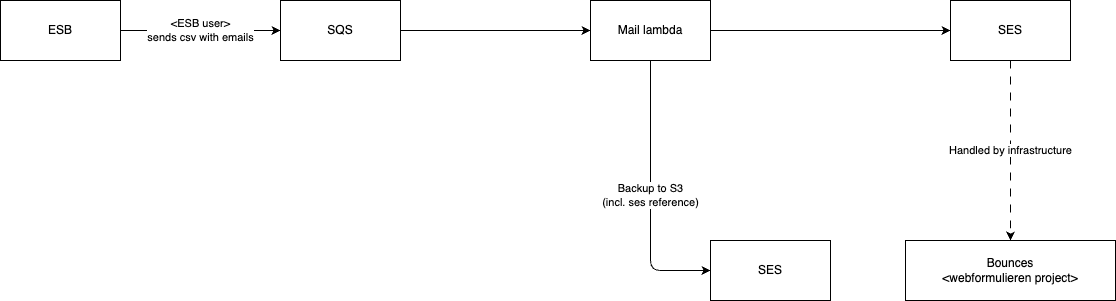
Above: docs/esf.drawio.png in GemeenteNijmegen/esb-queue (draw.io), before the change. Source tidied: cells renumbered, new cells last; positions are measured from the earlier drawing's top-left corner, leaving out a move shared by most shapes. Source of this version:
```xml
<mxGraphModel background="#ffffff">
  <root>
    <mxCell id="0" />
    <mxCell id="1" parent="0" />
    <mxCell id="2" value="&amp;lt;ESB user&amp;gt;&lt;br&gt;sends csv with emails" style="edgeStyle=none;html=1;" parent="1" edge="1" source="3" target="5">
      <mxGeometry relative="1" as="geometry" />
    </mxCell>
    <mxCell id="3" value="ESB" style="rounded=0;whiteSpace=wrap;html=1;" parent="1" vertex="1">
      <mxGeometry width="120" height="60" as="geometry" />
    </mxCell>
    <mxCell id="4" style="edgeStyle=none;html=1;" parent="1" edge="1" source="5" target="8">
      <mxGeometry relative="1" as="geometry" />
    </mxCell>
    <mxCell id="5" value="SQS" style="rounded=0;whiteSpace=wrap;html=1;" parent="1" vertex="1">
      <mxGeometry x="280" width="120" height="60" as="geometry" />
    </mxCell>
    <mxCell id="6" style="edgeStyle=none;html=1;entryX=0;entryY=0.5;entryDx=0;entryDy=0;" parent="1" edge="1" source="8" target="11">
      <mxGeometry relative="1" as="geometry" />
    </mxCell>
    <mxCell id="7" value="Backup to S3&lt;br&gt;(incl. ses reference)" style="edgeStyle=orthogonalEdgeStyle;html=1;entryX=0;entryY=0.5;entryDx=0;entryDy=0;" parent="1" edge="1" source="8" target="12">
      <mxGeometry relative="1" as="geometry" />
    </mxCell>
    <mxCell id="8" value="Mail lambda" style="rounded=0;whiteSpace=wrap;html=1;" parent="1" vertex="1">
      <mxGeometry x="590" width="120" height="60" as="geometry" />
    </mxCell>
    <mxCell id="9" value="Bounces&lt;br&gt;&amp;lt;webformulieren project&amp;gt;" style="rounded=0;whiteSpace=wrap;html=1;" parent="1" vertex="1">
      <mxGeometry x="905" y="240" width="210" height="60" as="geometry" />
    </mxCell>
    <mxCell id="10" value="Handled by infrastructure" style="edgeStyle=none;html=1;entryX=0.5;entryY=0;entryDx=0;entryDy=0;dashed=1;dashPattern=8 8;" parent="1" edge="1" source="11" target="9">
      <mxGeometry relative="1" as="geometry" />
    </mxCell>
    <mxCell id="11" value="SES" style="rounded=0;whiteSpace=wrap;html=1;" parent="1" vertex="1">
      <mxGeometry x="950" width="120" height="60" as="geometry" />
    </mxCell>
    <mxCell id="12" value="SES" style="rounded=0;whiteSpace=wrap;html=1;" parent="1" vertex="1">
      <mxGeometry x="710" y="240" width="120" height="60" as="geometry" />
    </mxCell>
  </root>
</mxGraphModel>
```
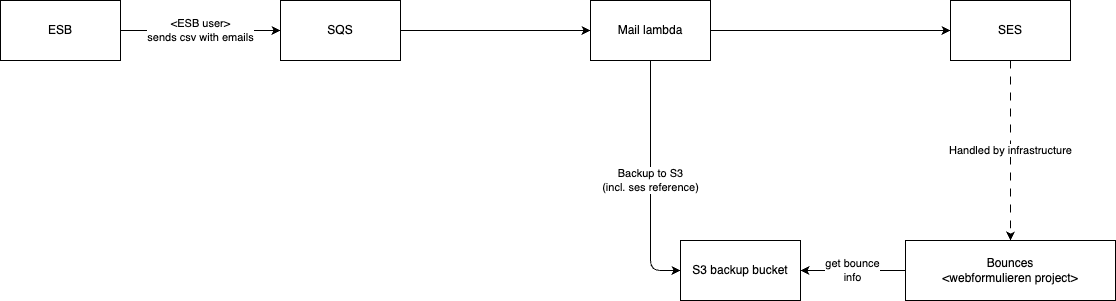
After the change.

Commit message:
docs: update diagram with correct aws services

Change to the diagram source:
```diff
@@ -23,6 +23,9 @@
     <mxCell id="8" value="Mail lambda" style="rounded=0;whiteSpace=wrap;html=1;" parent="1" vertex="1">
       <mxGeometry x="590" width="120" height="60" as="geometry" />
     </mxCell>
+    <mxCell id="13" value="get bounce&lt;br&gt;info" style="edgeStyle=none;html=1;" parent="1" edge="1" source="9" target="12">
+      <mxGeometry relative="1" as="geometry" />
+    </mxCell>
     <mxCell id="9" value="Bounces&lt;br&gt;&amp;lt;webformulieren project&amp;gt;" style="rounded=0;whiteSpace=wrap;html=1;" parent="1" vertex="1">
       <mxGeometry x="905" y="240" width="210" height="60" as="geometry" />
     </mxCell>
@@ -32,8 +35,8 @@
     <mxCell id="11" value="SES" style="rounded=0;whiteSpace=wrap;html=1;" parent="1" vertex="1">
       <mxGeometry x="950" width="120" height="60" as="geometry" />
     </mxCell>
-    <mxCell id="12" value="SES" style="rounded=0;whiteSpace=wrap;html=1;" parent="1" vertex="1">
-      <mxGeometry x="710" y="240" width="120" height="60" as="geometry" />
+    <mxCell id="12" value="S3 backup bucket" style="rounded=0;whiteSpace=wrap;html=1;" parent="1" vertex="1">
+      <mxGeometry x="680" y="240" width="120" height="60" as="geometry" />
     </mxCell>
   </root>
 </mxGraphModel>
```
